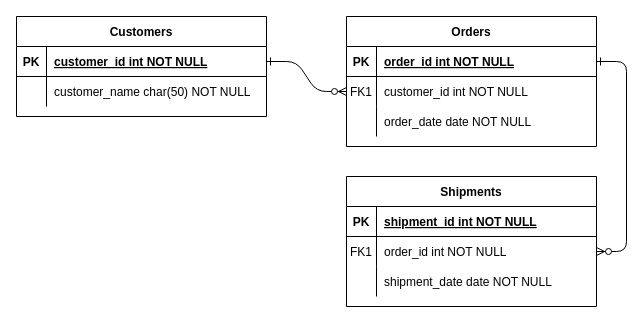
Above: Pictures/个人密码系统.drawio in jiaong/image (draw.io), before the change. Source tidied: cells renumbered, new cells numbered last; positions are measured from the earlier drawing's top-left corner, leaving out a move shared by most shapes. Both pictures are drawn from the tidied source at 100%, with x=0, y=0 at pixel (16, 16).
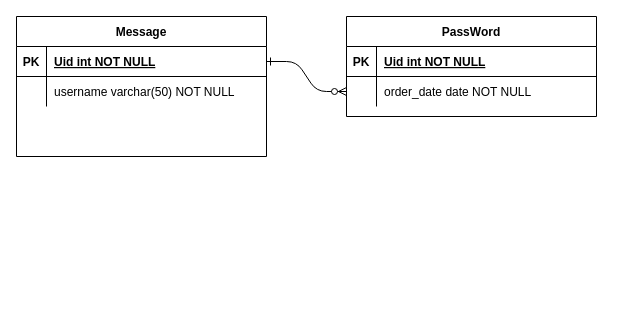
Above is the later version.

Commit message:
更新个人密码系统.drawio

Unchanged cells that the change refers to:
```xml
<mxCell id="5" style="shape=partialRectangle;fillColor=none;points=[[0,0.5],[1,0.5]];portConstraint=eastwest;top=0;left=0;right=0;bottom=1;" parent="4" vertex="1">
  <mxGeometry y="30" width="250" height="30" as="geometry" />
</mxCell>
<mxCell id="25" style="shape=partialRectangle;fillColor=none;points=[[0,0.5],[1,0.5]];portConstraint=eastwest;top=0;left=0;right=0;bottom=1;" parent="24" vertex="1">
  <mxGeometry y="30" width="250" height="30" as="geometry" />
</mxCell>
<mxCell id="28" style="shape=partialRectangle;fillColor=none;top=0;left=0;right=0;bottom=0;" parent="24" vertex="1">
  <mxGeometry y="60" width="250" height="30" as="geometry" />
</mxCell>
```

Diff of the diagram source:
```diff
@@
-    <mxCell id="2" style="edgeStyle=entityRelationEdgeStyle;endArrow=ERzeroToMany;startArrow=ERone;endFill=1;startFill=0;" parent="1" edge="1" source="25" target="8">
-      <mxGeometry relative="1" as="geometry" />
+    <mxCell id="2" style="edgeStyle=entityRelationEdgeStyle;endArrow=ERzeroToMany;startArrow=ERone;endFill=1;startFill=0;" parent="1" edge="1" source="25">
+      <mxGeometry relative="1" as="geometry">
+        <mxPoint x="330" y="75" as="targetPoint" />
+      </mxGeometry>
     </mxCell>
-    <mxCell id="3" style="edgeStyle=entityRelationEdgeStyle;endArrow=ERzeroToMany;startArrow=ERone;endFill=1;startFill=0;" parent="1" edge="1" source="5" target="18">
-      <mxGeometry relative="1" as="geometry" />
-    </mxCell>
-    <mxCell id="4" value="Orders" style="shape=table;startSize=30;childLayout=tableLayout;rowLines=0;fontStyle=1;align=center;" parent="1" vertex="1">
-      <mxGeometry x="330" width="250" height="130" as="geometry" />
+    <mxCell id="4" value="PassWord" style="shape=table;startSize=30;childLayout=tableLayout;rowLines=0;fontStyle=1;align=center;" parent="1" vertex="1">
+      <mxGeometry x="330" width="250" height="100" as="geometry" />
     </mxCell>
@@
-    <mxCell id="7" value="order_id int NOT NULL " style="shape=partialRectangle;overflow=hidden;fillColor=none;top=0;left=0;bottom=0;right=0;align=left;spacingLeft=6;fontStyle=5;" parent="5" vertex="1">
+    <mxCell id="7" value="Uid int NOT NULL " style="shape=partialRectangle;overflow=hidden;fillColor=none;top=0;left=0;bottom=0;right=0;align=left;spacingLeft=6;fontStyle=5;" parent="5" vertex="1">
       <mxGeometry x="30" width="220" height="30" as="geometry" />
     </mxCell>
-    <mxCell id="8" style="shape=partialRectangle;fillColor=none;points=[[0,0.5],[1,0.5]];portConstraint=eastwest;top=0;left=0;right=0;bottom=0;" parent="4" vertex="1">
-      <mxGeometry y="60" width="250" height="30" as="geometry" />
-    </mxCell>
-    <mxCell id="9" value="FK1" style="shape=partialRectangle;overflow=hidden;fillColor=none;top=0;left=0;bottom=0;right=0;" parent="8" vertex="1">
-      <mxGeometry width="30" height="30" as="geometry" />
-    </mxCell>
-    <mxCell id="10" value="customer_id int NOT NULL" style="shape=partialRectangle;overflow=hidden;fillColor=none;top=0;left=0;bottom=0;right=0;align=left;spacingLeft=6;" parent="8" vertex="1">
-      <mxGeometry x="30" width="220" height="30" as="geometry" />
-    </mxCell>
     <mxCell id="11" style="shape=partialRectangle;fillColor=none;top=0;left=0;right=0;bottom=0;" parent="4" vertex="1">
-      <mxGeometry y="90" width="250" height="30" as="geometry" />
+      <mxGeometry y="60" width="250" height="30" as="geometry" />
     </mxCell>
@@
-    <mxCell id="14" value="Shipments" style="shape=table;startSize=30;childLayout=tableLayout;rowLines=0;fontStyle=1;align=center;" parent="1" vertex="1">
-      <mxGeometry x="330" y="160" width="250" height="130" as="geometry" />
-    </mxCell>
-    <mxCell id="15" style="shape=partialRectangle;fillColor=none;top=0;left=0;right=0;bottom=1;" parent="14" vertex="1">
-      <mxGeometry y="30" width="250" height="30" as="geometry" />
-    </mxCell>
-    <mxCell id="16" value="PK" style="shape=partialRectangle;overflow=hidden;fillColor=none;top=0;left=0;bottom=0;right=0;fontStyle=1;" parent="15" vertex="1">
-      <mxGeometry width="30" height="30" as="geometry" />
-    </mxCell>
-    <mxCell id="17" value="shipment_id int NOT NULL " style="shape=partialRectangle;overflow=hidden;fillColor=none;top=0;left=0;bottom=0;right=0;align=left;spacingLeft=6;fontStyle=5;" parent="15" vertex="1">
-      <mxGeometry x="30" width="220" height="30" as="geometry" />
-    </mxCell>
-    <mxCell id="18" style="shape=partialRectangle;fillColor=none;points=[[0,0.5],[1,0.5]];portConstraint=eastwest;top=0;left=0;right=0;bottom=0;" parent="14" vertex="1">
-      <mxGeometry y="60" width="250" height="30" as="geometry" />
-    </mxCell>
-    <mxCell id="19" value="FK1" style="shape=partialRectangle;overflow=hidden;fillColor=none;top=0;left=0;bottom=0;right=0;" parent="18" vertex="1">
-      <mxGeometry width="30" height="30" as="geometry" />
-    </mxCell>
-    <mxCell id="20" value="order_id int NOT NULL" style="shape=partialRectangle;overflow=hidden;fillColor=none;top=0;left=0;bottom=0;right=0;align=left;spacingLeft=6;" parent="18" vertex="1">
-      <mxGeometry x="30" width="220" height="30" as="geometry" />
-    </mxCell>
-    <mxCell id="21" style="shape=partialRectangle;fillColor=none;top=0;left=0;right=0;bottom=0;" parent="14" vertex="1">
-      <mxGeometry y="90" width="250" height="30" as="geometry" />
-    </mxCell>
-    <mxCell id="22" style="shape=partialRectangle;overflow=hidden;fillColor=none;top=0;left=0;bottom=0;right=0;" parent="21" vertex="1">
-      <mxGeometry width="30" height="30" as="geometry" />
-    </mxCell>
-    <mxCell id="23" value="shipment_date date NOT NULL" style="shape=partialRectangle;overflow=hidden;fillColor=none;top=0;left=0;bottom=0;right=0;align=left;spacingLeft=6;" parent="21" vertex="1">
-      <mxGeometry x="30" width="220" height="30" as="geometry" />
-    </mxCell>
-    <mxCell id="24" value="Customers" style="shape=table;startSize=30;childLayout=tableLayout;rowLines=0;fontStyle=1;align=center;" parent="1" vertex="1">
-      <mxGeometry width="250" height="100" as="geometry" />
+    <mxCell id="24" value="Message" style="shape=table;startSize=30;childLayout=tableLayout;rowLines=0;fontStyle=1;align=center;" parent="1" vertex="1">
+      <mxGeometry width="250" height="140" as="geometry" />
     </mxCell>
@@
-    <mxCell id="27" value="customer_id int NOT NULL " style="shape=partialRectangle;overflow=hidden;fillColor=none;top=0;left=0;bottom=0;right=0;align=left;spacingLeft=6;fontStyle=5;" parent="25" vertex="1">
+    <mxCell id="27" value="Uid int NOT NULL " style="shape=partialRectangle;overflow=hidden;fillColor=none;top=0;left=0;bottom=0;right=0;align=left;spacingLeft=6;fontStyle=5;" parent="25" vertex="1">
       <mxGeometry x="30" width="220" height="30" as="geometry" />
     </mxCell>
@@
-    <mxCell id="30" value="customer_name char(50) NOT NULL" style="shape=partialRectangle;overflow=hidden;fillColor=none;top=0;left=0;bottom=0;right=0;align=left;spacingLeft=6;" parent="28" vertex="1">
+    <mxCell id="30" value="username varchar(50) NOT NULL" style="shape=partialRectangle;overflow=hidden;fillColor=none;top=0;left=0;bottom=0;right=0;align=left;spacingLeft=6;" parent="28" vertex="1">
       <mxGeometry x="30" width="220" height="30" as="geometry" />
     </mxCell>
```
